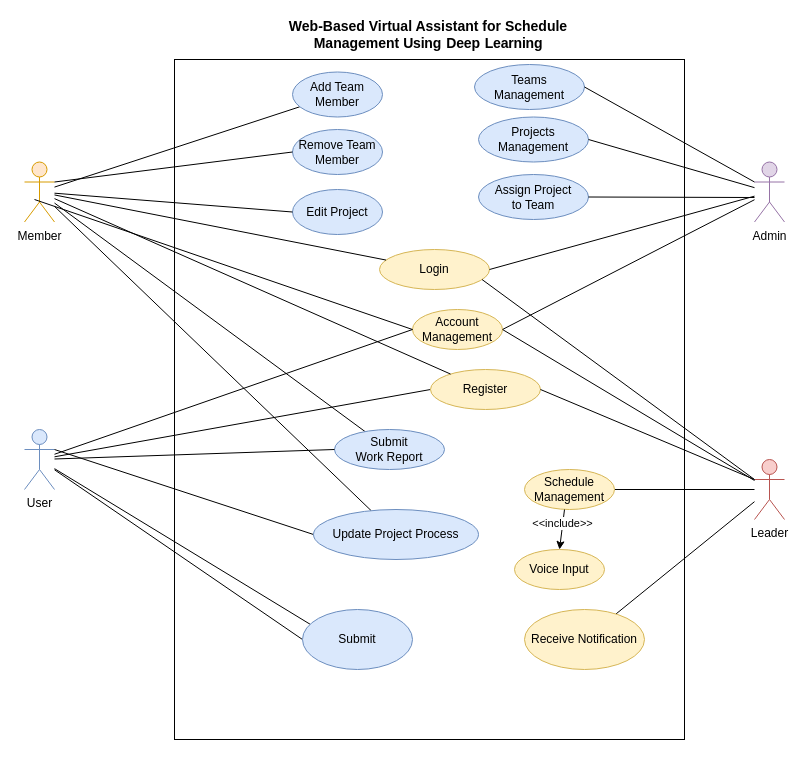
This is page "Usecase" (1 of 6) of 架构图/task-management-access.drawio from my-private-codes/draw.io, a draw.io file, before an edit. Source tidied: cells renumbered, new cells numbered last; positions are measured from the earlier drawing's top-left corner, leaving out a move shared by most shapes. Both pictures are drawn from the tidied source at 100%, with x=0, y=0 at pixel (24, 19).
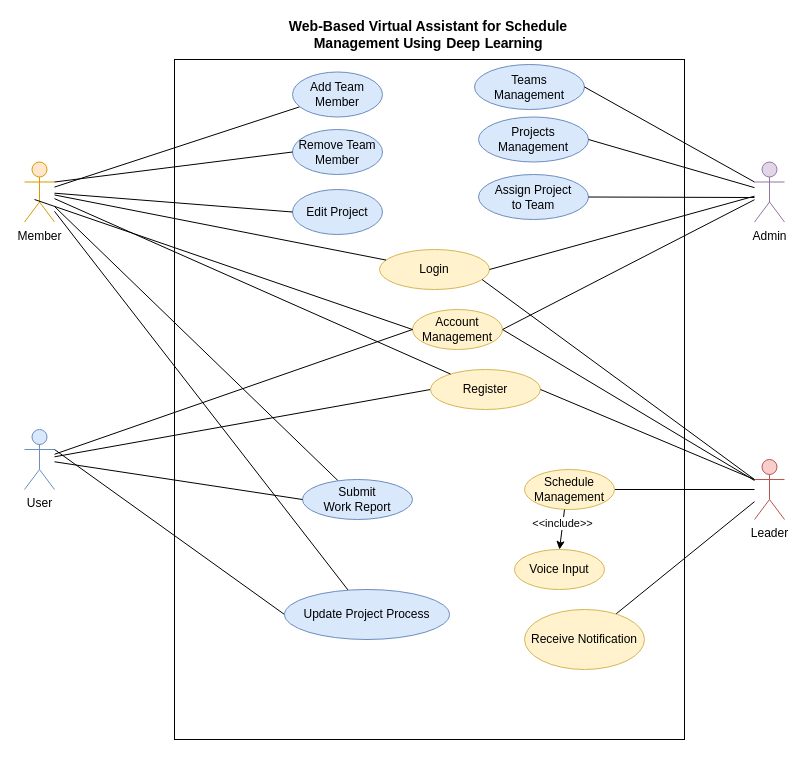
The same page after the edit.

The change refers to these unchanged cells:
```xml
<mxCell id="4" value="User" style="shape=umlActor;verticalLabelPosition=bottom;verticalAlign=top;html=1;outlineConnect=0;fillColor=#dae8fc;strokeColor=#6c8ebf;" parent="1" vertex="1">
  <mxGeometry y="410" width="30" height="60" as="geometry" />
</mxCell>
```

The edit, as a diff of the source:
```diff
@@
-    <mxCell id="8" style="endArrow=none;html=1;rounded=0;entryX=0.073;entryY=0.25;entryDx=0;entryDy=0;entryPerimeter=0;" parent="1" edge="1" source="4" target="41">
-      <mxGeometry relative="1" as="geometry" />
-    </mxCell>
@@
-    <mxCell id="17" style="endArrow=none;html=1;rounded=0;exitX=0;exitY=0.5;exitDx=0;exitDy=0;" parent="1" edge="1" source="41" target="4">
-      <mxGeometry relative="1" as="geometry" />
-    </mxCell>
@@
     <mxCell id="25" value="&lt;div&gt;Submit&lt;/div&gt;&lt;div&gt;Work Report&lt;br&gt;&lt;/div&gt;" style="ellipse;whiteSpace=wrap;html=1;fillColor=#dae8fc;strokeColor=#6c8ebf;" parent="1" vertex="1">
-      <mxGeometry x="310" y="410" width="110" height="40" as="geometry" />
+      <mxGeometry x="278" y="460" width="110" height="40" as="geometry" />
     </mxCell>
@@
     <mxCell id="36" value="Update Project Process" style="ellipse;whiteSpace=wrap;html=1;fillColor=#dae8fc;strokeColor=#6c8ebf;" parent="1" vertex="1">
-      <mxGeometry x="289" y="490" width="165" height="50" as="geometry" />
+      <mxGeometry x="260" y="570" width="165" height="50" as="geometry" />
     </mxCell>
@@
-    <mxCell id="41" value="Submit" style="ellipse;whiteSpace=wrap;html=1;fillColor=#dae8fc;strokeColor=#6c8ebf;" parent="1" vertex="1">
-      <mxGeometry x="278" y="590" width="110" height="60" as="geometry" />
-    </mxCell>
```
